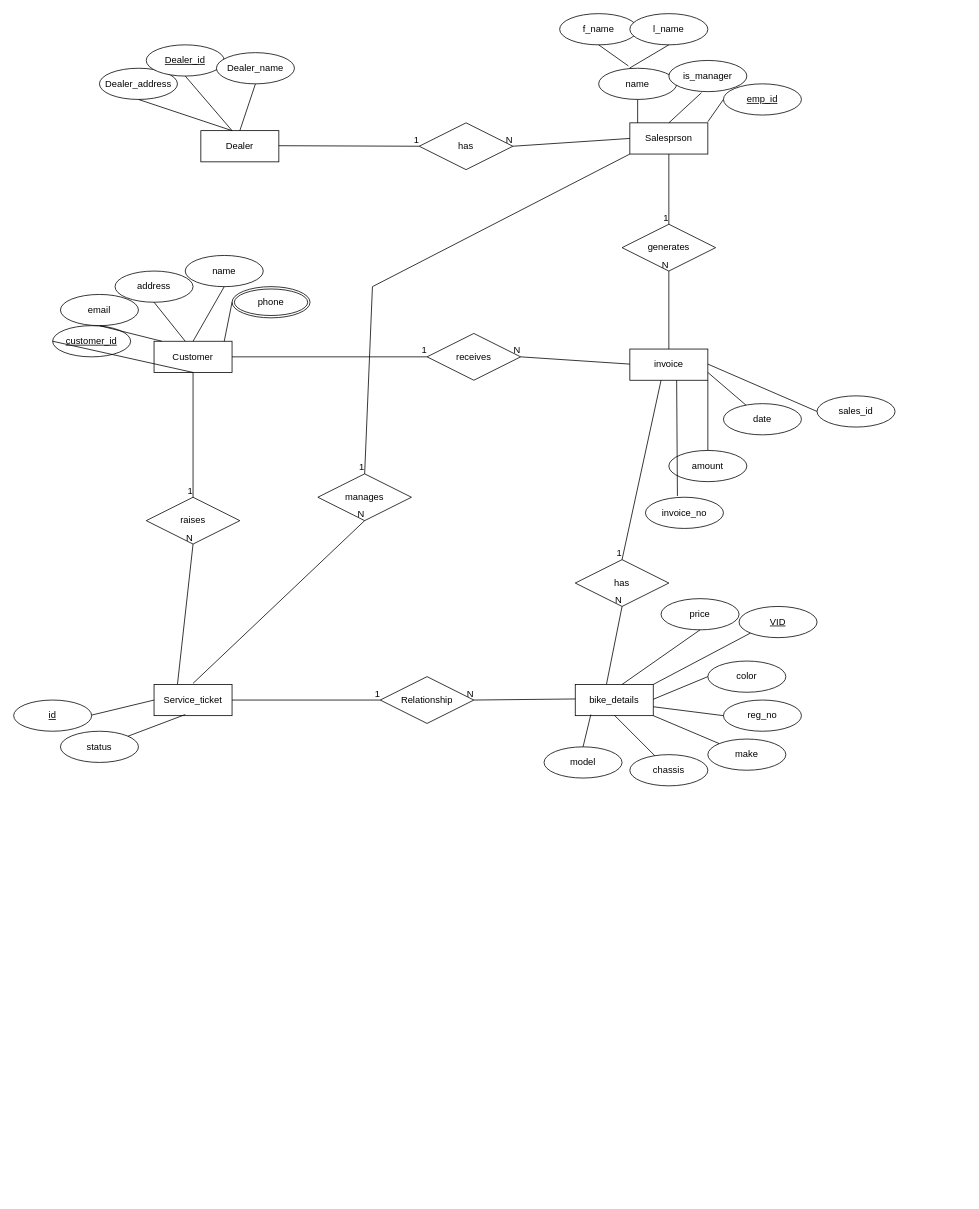
manodyna/sketch_apr18a keeps this draw.io diagram as page "Page-1" (1 of 2) of Untitled Diagram.drawio. Above is the earlier version. Source tidied: cells renumbered, new cells numbered last; positions are measured from the earlier drawing's top-left corner, leaving out a move shared by most shapes. Both pictures are drawn from the tidied source at 78%, with x=0, y=0 at pixel (13, 13).
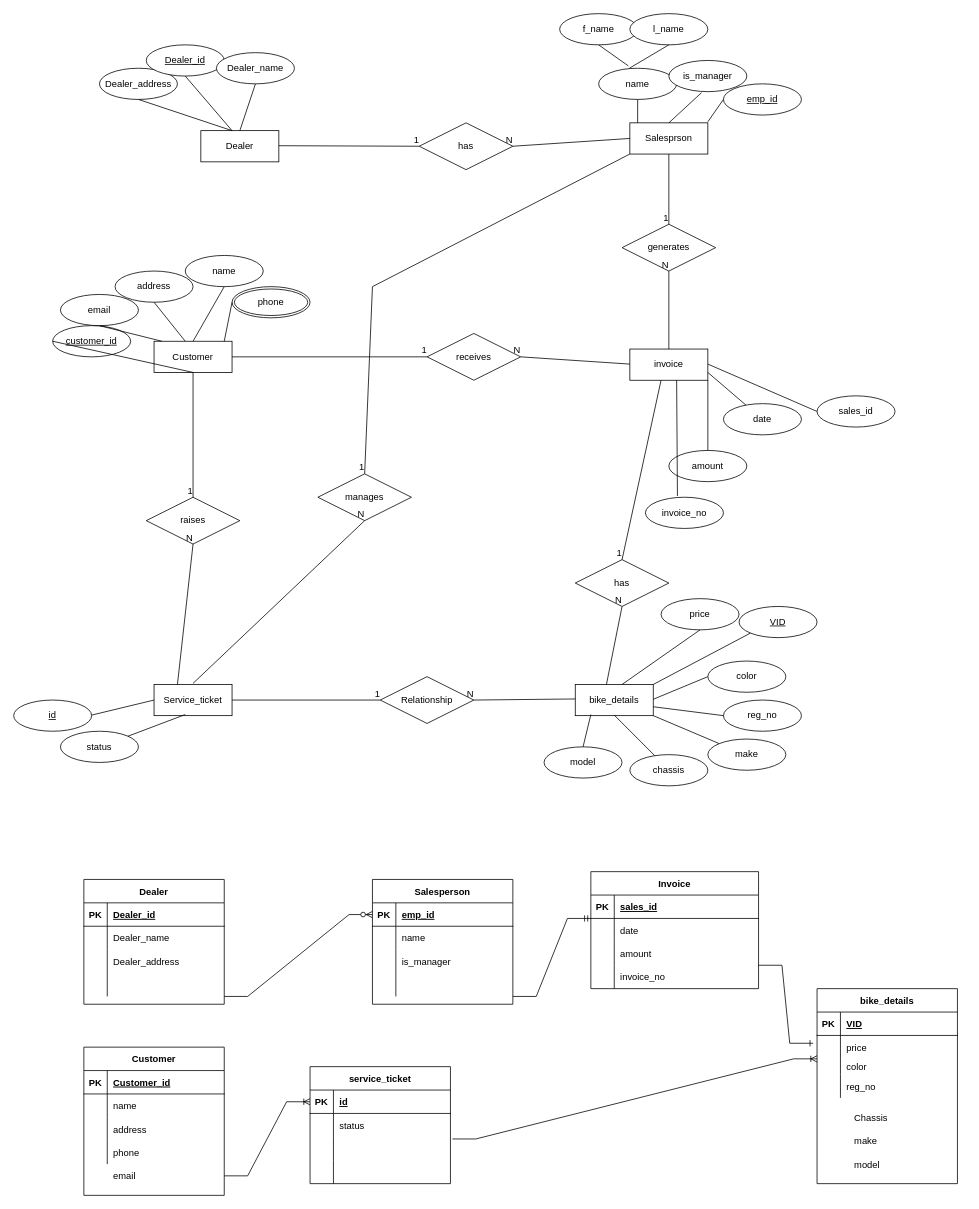
The same diagram, later.

The edit, as a diff of the source:
```diff
@@
+    <mxCell id="95" value="Dealer" style="shape=table;startSize=30;childLayout=tableLayout;rowLines=0;fontStyle=1;align=center;" parent="1" vertex="1">
+      <mxGeometry x="90" y="1110" width="180" height="160" as="geometry" />
+    </mxCell>
+    <mxCell id="96" style="shape=tableRow;horizontal=0;startSize=0;swimlaneHead=0;swimlaneBody=0;fillColor=none;top=0;left=0;right=0;bottom=1;" parent="95" vertex="1">
+      <mxGeometry y="30" width="180" height="30" as="geometry" />
+    </mxCell>
+    <mxCell id="97" value="PK" style="shape=partialRectangle;fillColor=none;top=0;left=0;bottom=0;right=0;fontStyle=1;overflow=hidden;" parent="96" vertex="1">
+      <mxGeometry width="30" height="30" as="geometry" />
+    </mxCell>
+    <mxCell id="98" value="Dealer_id" style="shape=partialRectangle;fillColor=none;top=0;left=0;bottom=0;right=0;align=left;spacingLeft=6;fontStyle=5;overflow=hidden;" parent="96" vertex="1">
+      <mxGeometry x="30" width="150" height="30" as="geometry" />
+    </mxCell>
+    <mxCell id="99" style="shape=tableRow;horizontal=0;startSize=0;swimlaneHead=0;swimlaneBody=0;fillColor=none;top=0;left=0;right=0;bottom=0;" parent="95" vertex="1">
+      <mxGeometry y="60" width="180" height="30" as="geometry" />
+    </mxCell>
+    <mxCell id="100" style="shape=partialRectangle;fillColor=none;top=0;left=0;bottom=0;right=0;overflow=hidden;" parent="99" vertex="1">
+      <mxGeometry width="30" height="30" as="geometry" />
+    </mxCell>
+    <mxCell id="101" value="Dealer_name" style="shape=partialRectangle;fillColor=none;top=0;left=0;bottom=0;right=0;align=left;spacingLeft=6;overflow=hidden;" parent="99" vertex="1">
+      <mxGeometry x="30" width="150" height="30" as="geometry" />
+    </mxCell>
+    <mxCell id="102" style="shape=tableRow;horizontal=0;startSize=0;swimlaneHead=0;swimlaneBody=0;fillColor=none;top=0;left=0;right=0;bottom=0;" parent="95" vertex="1">
+      <mxGeometry y="90" width="180" height="30" as="geometry" />
+    </mxCell>
+    <mxCell id="103" style="shape=partialRectangle;fillColor=none;top=0;left=0;bottom=0;right=0;overflow=hidden;" parent="102" vertex="1">
+      <mxGeometry width="30" height="30" as="geometry" />
+    </mxCell>
+    <mxCell id="104" value="Dealer_address" style="shape=partialRectangle;fillColor=none;top=0;left=0;bottom=0;right=0;align=left;spacingLeft=6;overflow=hidden;" parent="102" vertex="1">
+      <mxGeometry x="30" width="150" height="30" as="geometry" />
+    </mxCell>
+    <mxCell id="105" style="shape=tableRow;horizontal=0;startSize=0;swimlaneHead=0;swimlaneBody=0;fillColor=none;top=0;left=0;right=0;bottom=0;" parent="95" vertex="1">
+      <mxGeometry y="120" width="180" height="30" as="geometry" />
+    </mxCell>
+    <mxCell id="106" style="shape=partialRectangle;fillColor=none;top=0;left=0;bottom=0;right=0;overflow=hidden;" parent="105" vertex="1">
+      <mxGeometry width="30" height="30" as="geometry" />
+    </mxCell>
+    <mxCell id="107" style="shape=partialRectangle;fillColor=none;top=0;left=0;bottom=0;right=0;align=left;spacingLeft=6;overflow=hidden;" parent="105" vertex="1">
+      <mxGeometry x="30" width="150" height="30" as="geometry" />
+    </mxCell>
+    <mxCell id="108" value="Salesperson" style="shape=table;startSize=30;childLayout=tableLayout;rowLines=0;fontStyle=1;align=center;" parent="1" vertex="1">
+      <mxGeometry x="460" y="1110" width="180" height="160" as="geometry" />
+    </mxCell>
+    <mxCell id="109" style="shape=tableRow;horizontal=0;startSize=0;swimlaneHead=0;swimlaneBody=0;fillColor=none;points=[[0,0.5],[1,0.5]];portConstraint=eastwest;top=0;left=0;right=0;bottom=1;" parent="108" vertex="1">
+      <mxGeometry y="30" width="180" height="30" as="geometry" />
+    </mxCell>
+    <mxCell id="110" value="PK" style="shape=partialRectangle;fillColor=none;top=0;left=0;bottom=0;right=0;fontStyle=1;overflow=hidden;" parent="109" vertex="1">
+      <mxGeometry width="30" height="30" as="geometry" />
+    </mxCell>
+    <mxCell id="111" value="emp_id" style="shape=partialRectangle;fillColor=none;top=0;left=0;bottom=0;right=0;align=left;spacingLeft=6;fontStyle=5;overflow=hidden;" parent="109" vertex="1">
+      <mxGeometry x="30" width="150" height="30" as="geometry" />
+    </mxCell>
+    <mxCell id="112" style="shape=tableRow;horizontal=0;startSize=0;swimlaneHead=0;swimlaneBody=0;fillColor=none;top=0;left=0;right=0;bottom=0;" parent="108" vertex="1">
+      <mxGeometry y="60" width="180" height="30" as="geometry" />
+    </mxCell>
+    <mxCell id="113" style="shape=partialRectangle;fillColor=none;top=0;left=0;bottom=0;right=0;overflow=hidden;" parent="112" vertex="1">
+      <mxGeometry width="30" height="30" as="geometry" />
+    </mxCell>
+    <mxCell id="114" value="name" style="shape=partialRectangle;fillColor=none;top=0;left=0;bottom=0;right=0;align=left;spacingLeft=6;overflow=hidden;" parent="112" vertex="1">
+      <mxGeometry x="30" width="150" height="30" as="geometry" />
+    </mxCell>
+    <mxCell id="115" style="shape=tableRow;horizontal=0;startSize=0;swimlaneHead=0;swimlaneBody=0;fillColor=none;top=0;left=0;right=0;bottom=0;" parent="108" vertex="1">
+      <mxGeometry y="90" width="180" height="30" as="geometry" />
+    </mxCell>
+    <mxCell id="116" style="shape=partialRectangle;fillColor=none;top=0;left=0;bottom=0;right=0;overflow=hidden;" parent="115" vertex="1">
+      <mxGeometry width="30" height="30" as="geometry" />
+    </mxCell>
+    <mxCell id="117" value="is_manager" style="shape=partialRectangle;fillColor=none;top=0;left=0;bottom=0;right=0;align=left;spacingLeft=6;overflow=hidden;" parent="115" vertex="1">
+      <mxGeometry x="30" width="150" height="30" as="geometry" />
+    </mxCell>
+    <mxCell id="118" style="shape=tableRow;horizontal=0;startSize=0;swimlaneHead=0;swimlaneBody=0;fillColor=none;top=0;left=0;right=0;bottom=0;" parent="108" vertex="1">
+      <mxGeometry y="120" width="180" height="30" as="geometry" />
+    </mxCell>
+    <mxCell id="119" style="shape=partialRectangle;fillColor=none;top=0;left=0;bottom=0;right=0;overflow=hidden;" parent="118" vertex="1">
+      <mxGeometry width="30" height="30" as="geometry" />
+    </mxCell>
+    <mxCell id="120" style="shape=partialRectangle;fillColor=none;top=0;left=0;bottom=0;right=0;align=left;spacingLeft=6;overflow=hidden;" parent="118" vertex="1">
+      <mxGeometry x="30" width="150" height="30" as="geometry" />
+    </mxCell>
+    <mxCell id="121" value="Customer" style="shape=table;startSize=30;childLayout=tableLayout;rowLines=0;fontStyle=1;align=center;" parent="1" vertex="1">
+      <mxGeometry x="90" y="1325" width="180" height="190" as="geometry" />
+    </mxCell>
+    <mxCell id="122" style="shape=tableRow;horizontal=0;startSize=0;swimlaneHead=0;swimlaneBody=0;fillColor=none;top=0;left=0;right=0;bottom=1;" parent="121" vertex="1">
+      <mxGeometry y="30" width="180" height="30" as="geometry" />
+    </mxCell>
+    <mxCell id="123" value="PK" style="shape=partialRectangle;fillColor=none;top=0;left=0;bottom=0;right=0;fontStyle=1;overflow=hidden;" parent="122" vertex="1">
+      <mxGeometry width="30" height="30" as="geometry" />
+    </mxCell>
+    <mxCell id="124" value="Customer_id" style="shape=partialRectangle;fillColor=none;top=0;left=0;bottom=0;right=0;align=left;spacingLeft=6;fontStyle=5;overflow=hidden;" parent="122" vertex="1">
+      <mxGeometry x="30" width="150" height="30" as="geometry" />
+    </mxCell>
+    <mxCell id="125" style="shape=tableRow;horizontal=0;startSize=0;swimlaneHead=0;swimlaneBody=0;fillColor=none;top=0;left=0;right=0;bottom=0;" parent="121" vertex="1">
+      <mxGeometry y="60" width="180" height="30" as="geometry" />
+    </mxCell>
+    <mxCell id="126" style="shape=partialRectangle;fillColor=none;top=0;left=0;bottom=0;right=0;overflow=hidden;" parent="125" vertex="1">
+      <mxGeometry width="30" height="30" as="geometry" />
+    </mxCell>
+    <mxCell id="127" value="name" style="shape=partialRectangle;fillColor=none;top=0;left=0;bottom=0;right=0;align=left;spacingLeft=6;overflow=hidden;" parent="125" vertex="1">
+      <mxGeometry x="30" width="150" height="30" as="geometry" />
+    </mxCell>
+    <mxCell id="128" style="shape=tableRow;horizontal=0;startSize=0;swimlaneHead=0;swimlaneBody=0;fillColor=none;top=0;left=0;right=0;bottom=0;" parent="121" vertex="1">
+      <mxGeometry y="90" width="180" height="30" as="geometry" />
+    </mxCell>
+    <mxCell id="129" style="shape=partialRectangle;fillColor=none;top=0;left=0;bottom=0;right=0;overflow=hidden;" parent="128" vertex="1">
+      <mxGeometry width="30" height="30" as="geometry" />
+    </mxCell>
+    <mxCell id="130" value="address" style="shape=partialRectangle;fillColor=none;top=0;left=0;bottom=0;right=0;align=left;spacingLeft=6;overflow=hidden;" parent="128" vertex="1">
+      <mxGeometry x="30" width="150" height="30" as="geometry" />
+    </mxCell>
+    <mxCell id="131" style="shape=tableRow;horizontal=0;startSize=0;swimlaneHead=0;swimlaneBody=0;fillColor=none;top=0;left=0;right=0;bottom=0;" parent="121" vertex="1">
+      <mxGeometry y="120" width="180" height="30" as="geometry" />
+    </mxCell>
+    <mxCell id="132" style="shape=partialRectangle;fillColor=none;top=0;left=0;bottom=0;right=0;overflow=hidden;" parent="131" vertex="1">
+      <mxGeometry width="30" height="30" as="geometry" />
+    </mxCell>
+    <mxCell id="133" value="phone" style="shape=partialRectangle;fillColor=none;top=0;left=0;bottom=0;right=0;align=left;spacingLeft=6;overflow=hidden;" parent="131" vertex="1">
+      <mxGeometry x="30" width="150" height="30" as="geometry" />
+    </mxCell>
+    <mxCell id="134" value="Invoice" style="shape=table;startSize=30;childLayout=tableLayout;rowLines=0;fontStyle=1;align=center;" parent="1" vertex="1">
+      <mxGeometry x="740" y="1100" width="215" height="150" as="geometry" />
+    </mxCell>
+    <mxCell id="135" style="shape=tableRow;horizontal=0;startSize=0;swimlaneHead=0;swimlaneBody=0;fillColor=none;top=0;left=0;right=0;bottom=1;" parent="134" vertex="1">
+      <mxGeometry y="30" width="215" height="30" as="geometry" />
+    </mxCell>
+    <mxCell id="136" value="PK" style="shape=partialRectangle;fillColor=none;top=0;left=0;bottom=0;right=0;fontStyle=1;overflow=hidden;" parent="135" vertex="1">
+      <mxGeometry width="30" height="30" as="geometry" />
+    </mxCell>
+    <mxCell id="137" value="sales_id" style="shape=partialRectangle;fillColor=none;top=0;left=0;bottom=0;right=0;align=left;spacingLeft=6;fontStyle=5;overflow=hidden;" parent="135" vertex="1">
+      <mxGeometry x="30" width="185" height="30" as="geometry" />
+    </mxCell>
+    <mxCell id="138" style="shape=tableRow;horizontal=0;startSize=0;swimlaneHead=0;swimlaneBody=0;fillColor=none;top=0;left=0;right=0;bottom=0;" parent="134" vertex="1">
+      <mxGeometry y="60" width="215" height="30" as="geometry" />
+    </mxCell>
+    <mxCell id="139" style="shape=partialRectangle;fillColor=none;top=0;left=0;bottom=0;right=0;overflow=hidden;" parent="138" vertex="1">
+      <mxGeometry width="30" height="30" as="geometry" />
+    </mxCell>
+    <mxCell id="140" value="date" style="shape=partialRectangle;fillColor=none;top=0;left=0;bottom=0;right=0;align=left;spacingLeft=6;overflow=hidden;" parent="138" vertex="1">
+      <mxGeometry x="30" width="185" height="30" as="geometry" />
+    </mxCell>
+    <mxCell id="141" style="shape=tableRow;horizontal=0;startSize=0;swimlaneHead=0;swimlaneBody=0;fillColor=none;top=0;left=0;right=0;bottom=0;" parent="134" vertex="1">
+      <mxGeometry y="90" width="215" height="30" as="geometry" />
+    </mxCell>
+    <mxCell id="142" style="shape=partialRectangle;fillColor=none;top=0;left=0;bottom=0;right=0;overflow=hidden;" parent="141" vertex="1">
+      <mxGeometry width="30" height="30" as="geometry" />
+    </mxCell>
+    <mxCell id="143" value="amount" style="shape=partialRectangle;fillColor=none;top=0;left=0;bottom=0;right=0;align=left;spacingLeft=6;overflow=hidden;" parent="141" vertex="1">
+      <mxGeometry x="30" width="185" height="30" as="geometry" />
+    </mxCell>
+    <mxCell id="144" style="shape=tableRow;horizontal=0;startSize=0;swimlaneHead=0;swimlaneBody=0;fillColor=none;top=0;left=0;right=0;bottom=0;" parent="134" vertex="1">
+      <mxGeometry y="120" width="215" height="30" as="geometry" />
+    </mxCell>
+    <mxCell id="145" style="shape=partialRectangle;fillColor=none;top=0;left=0;bottom=0;right=0;overflow=hidden;" parent="144" vertex="1">
+      <mxGeometry width="30" height="30" as="geometry" />
+    </mxCell>
+    <mxCell id="146" value="invoice_no" style="shape=partialRectangle;fillColor=none;top=0;left=0;bottom=0;right=0;align=left;spacingLeft=6;overflow=hidden;" parent="144" vertex="1">
+      <mxGeometry x="30" width="185" height="30" as="geometry" />
+    </mxCell>
+    <mxCell id="147" value="email" style="shape=partialRectangle;fillColor=none;top=0;left=0;bottom=0;right=0;align=left;spacingLeft=6;overflow=hidden;" parent="1" vertex="1">
+      <mxGeometry x="120" y="1475" width="150" height="30" as="geometry" />
+    </mxCell>
+    <mxCell id="148" value="bike_details" style="shape=table;startSize=30;childLayout=tableLayout;rowLines=0;fontStyle=1;align=center;" parent="1" vertex="1">
+      <mxGeometry x="1030" y="1250" width="180" height="250" as="geometry" />
+    </mxCell>
+    <mxCell id="149" style="shape=tableRow;horizontal=0;startSize=0;swimlaneHead=0;swimlaneBody=0;fillColor=none;top=0;left=0;right=0;bottom=1;" parent="148" vertex="1">
+      <mxGeometry y="30" width="180" height="30" as="geometry" />
+    </mxCell>
+    <mxCell id="150" value="PK" style="shape=partialRectangle;fillColor=none;top=0;left=0;bottom=0;right=0;fontStyle=1;overflow=hidden;" parent="149" vertex="1">
+      <mxGeometry width="30" height="30" as="geometry" />
+    </mxCell>
+    <mxCell id="151" value="VID" style="shape=partialRectangle;fillColor=none;top=0;left=0;bottom=0;right=0;align=left;spacingLeft=6;fontStyle=5;overflow=hidden;" parent="149" vertex="1">
+      <mxGeometry x="30" width="150" height="30" as="geometry" />
+    </mxCell>
+    <mxCell id="152" style="shape=tableRow;horizontal=0;startSize=0;swimlaneHead=0;swimlaneBody=0;fillColor=none;top=0;left=0;right=0;bottom=0;" parent="148" vertex="1">
+      <mxGeometry y="60" width="180" height="30" as="geometry" />
+    </mxCell>
+    <mxCell id="153" style="shape=partialRectangle;fillColor=none;top=0;left=0;bottom=0;right=0;overflow=hidden;" parent="152" vertex="1">
+      <mxGeometry width="30" height="30" as="geometry" />
+    </mxCell>
+    <mxCell id="154" value="price" style="shape=partialRectangle;fillColor=none;top=0;left=0;bottom=0;right=0;align=left;spacingLeft=6;overflow=hidden;" parent="152" vertex="1">
+      <mxGeometry x="30" width="150" height="30" as="geometry" />
+    </mxCell>
+    <mxCell id="155" style="shape=tableRow;horizontal=0;startSize=0;swimlaneHead=0;swimlaneBody=0;fillColor=none;points=[[0,0.5],[1,0.5]];portConstraint=eastwest;top=0;left=0;right=0;bottom=0;" parent="148" vertex="1">
+      <mxGeometry y="90" width="180" height="20" as="geometry" />
+    </mxCell>
+    <mxCell id="156" style="shape=partialRectangle;fillColor=none;top=0;left=0;bottom=0;right=0;overflow=hidden;" parent="155" vertex="1">
+      <mxGeometry width="30" height="20" as="geometry" />
+    </mxCell>
+    <mxCell id="157" value="color" style="shape=partialRectangle;fillColor=none;top=0;left=0;bottom=0;right=0;align=left;spacingLeft=6;overflow=hidden;" parent="155" vertex="1">
+      <mxGeometry x="30" width="150" height="20" as="geometry" />
+    </mxCell>
+    <mxCell id="158" style="shape=tableRow;horizontal=0;startSize=0;swimlaneHead=0;swimlaneBody=0;fillColor=none;top=0;left=0;right=0;bottom=0;" parent="148" vertex="1">
+      <mxGeometry y="110" width="180" height="30" as="geometry" />
+    </mxCell>
+    <mxCell id="159" style="shape=partialRectangle;fillColor=none;top=0;left=0;bottom=0;right=0;overflow=hidden;" parent="158" vertex="1">
+      <mxGeometry width="30" height="30" as="geometry" />
+    </mxCell>
+    <mxCell id="160" value="reg_no" style="shape=partialRectangle;fillColor=none;top=0;left=0;bottom=0;right=0;align=left;spacingLeft=6;overflow=hidden;" parent="158" vertex="1">
+      <mxGeometry x="30" width="150" height="30" as="geometry" />
+    </mxCell>
+    <mxCell id="161" value="Chassis" style="shape=partialRectangle;fillColor=none;top=0;left=0;bottom=0;right=0;align=left;spacingLeft=6;overflow=hidden;" parent="1" vertex="1">
+      <mxGeometry x="1070" y="1400" width="150" height="30" as="geometry" />
+    </mxCell>
+    <mxCell id="162" value="make" style="shape=partialRectangle;fillColor=none;top=0;left=0;bottom=0;right=0;align=left;spacingLeft=6;overflow=hidden;" parent="1" vertex="1">
+      <mxGeometry x="1070" y="1430" width="150" height="30" as="geometry" />
+    </mxCell>
+    <mxCell id="163" value="model" style="shape=partialRectangle;fillColor=none;top=0;left=0;bottom=0;right=0;align=left;spacingLeft=6;overflow=hidden;" parent="1" vertex="1">
+      <mxGeometry x="1070" y="1460" width="150" height="30" as="geometry" />
+    </mxCell>
+    <mxCell id="164" value="service_ticket" style="shape=table;startSize=30;childLayout=tableLayout;rowLines=0;fontStyle=1;align=center;" parent="1" vertex="1">
+      <mxGeometry x="380" y="1350" width="180" height="150" as="geometry" />
+    </mxCell>
+    <mxCell id="165" style="shape=tableRow;horizontal=0;startSize=0;swimlaneHead=0;swimlaneBody=0;fillColor=none;points=[[0,0.5],[1,0.5]];portConstraint=eastwest;top=0;left=0;right=0;bottom=1;" parent="164" vertex="1">
+      <mxGeometry y="30" width="180" height="30" as="geometry" />
+    </mxCell>
+    <mxCell id="166" value="PK" style="shape=partialRectangle;fillColor=none;top=0;left=0;bottom=0;right=0;fontStyle=1;overflow=hidden;" parent="165" vertex="1">
+      <mxGeometry width="30" height="30" as="geometry" />
+    </mxCell>
+    <mxCell id="167" value="id" style="shape=partialRectangle;fillColor=none;top=0;left=0;bottom=0;right=0;align=left;spacingLeft=6;fontStyle=5;overflow=hidden;" parent="165" vertex="1">
+      <mxGeometry x="30" width="150" height="30" as="geometry" />
+    </mxCell>
+    <mxCell id="168" style="shape=tableRow;horizontal=0;startSize=0;swimlaneHead=0;swimlaneBody=0;fillColor=none;top=0;left=0;right=0;bottom=0;" parent="164" vertex="1">
+      <mxGeometry y="60" width="180" height="30" as="geometry" />
+    </mxCell>
+    <mxCell id="169" style="shape=partialRectangle;fillColor=none;top=0;left=0;bottom=0;right=0;overflow=hidden;" parent="168" vertex="1">
+      <mxGeometry width="30" height="30" as="geometry" />
+    </mxCell>
+    <mxCell id="170" value="status" style="shape=partialRectangle;fillColor=none;top=0;left=0;bottom=0;right=0;align=left;spacingLeft=6;overflow=hidden;" parent="168" vertex="1">
+      <mxGeometry x="30" width="150" height="30" as="geometry" />
+    </mxCell>
+    <mxCell id="171" style="shape=tableRow;horizontal=0;startSize=0;swimlaneHead=0;swimlaneBody=0;fillColor=none;points=[[0,0.5],[1,0.5]];portConstraint=eastwest;top=0;left=0;right=0;bottom=0;" parent="164" vertex="1">
+      <mxGeometry y="90" width="180" height="30" as="geometry" />
+    </mxCell>
+    <mxCell id="172" style="shape=partialRectangle;fillColor=none;top=0;left=0;bottom=0;right=0;overflow=hidden;" parent="171" vertex="1">
+      <mxGeometry width="30" height="30" as="geometry" />
+    </mxCell>
+    <mxCell id="173" style="shape=partialRectangle;fillColor=none;top=0;left=0;bottom=0;right=0;align=left;spacingLeft=6;overflow=hidden;" parent="171" vertex="1">
+      <mxGeometry x="30" width="150" height="30" as="geometry" />
+    </mxCell>
+    <mxCell id="174" style="shape=tableRow;horizontal=0;startSize=0;swimlaneHead=0;swimlaneBody=0;fillColor=none;top=0;left=0;right=0;bottom=0;" parent="164" vertex="1">
+      <mxGeometry y="120" width="180" height="30" as="geometry" />
+    </mxCell>
+    <mxCell id="175" style="shape=partialRectangle;fillColor=none;top=0;left=0;bottom=0;right=0;overflow=hidden;" parent="174" vertex="1">
+      <mxGeometry width="30" height="30" as="geometry" />
+    </mxCell>
+    <mxCell id="176" style="shape=partialRectangle;fillColor=none;top=0;left=0;bottom=0;right=0;align=left;spacingLeft=6;overflow=hidden;" parent="174" vertex="1">
+      <mxGeometry x="30" width="150" height="30" as="geometry" />
+    </mxCell>
+    <mxCell id="177" style="edgeStyle=entityRelationEdgeStyle;fontSize=12;html=1;endArrow=ERzeroToMany;endFill=1;rounded=0;" parent="1" edge="1" target="109">
+      <mxGeometry relative="1" as="geometry">
+        <mxPoint x="270" y="1260" as="sourcePoint" />
+      </mxGeometry>
+    </mxCell>
+    <mxCell id="178" style="edgeStyle=entityRelationEdgeStyle;fontSize=12;html=1;endArrow=ERmandOne;rounded=0;" parent="1" edge="1">
+      <mxGeometry relative="1" as="geometry">
+        <mxPoint x="640" y="1260" as="sourcePoint" />
+        <mxPoint x="740" y="1160" as="targetPoint" />
+      </mxGeometry>
+    </mxCell>
+    <mxCell id="179" style="edgeStyle=entityRelationEdgeStyle;fontSize=12;html=1;endArrow=ERone;endFill=1;rounded=0;" parent="1" edge="1">
+      <mxGeometry relative="1" as="geometry">
+        <mxPoint x="955" y="1220" as="sourcePoint" />
+        <mxPoint x="1025" y="1320" as="targetPoint" />
+      </mxGeometry>
+    </mxCell>
+    <mxCell id="180" style="edgeStyle=entityRelationEdgeStyle;fontSize=12;html=1;endArrow=ERoneToMany;rounded=0;entryX=0;entryY=0.5;entryDx=0;entryDy=0;" parent="1" edge="1" target="165">
+      <mxGeometry relative="1" as="geometry">
+        <mxPoint x="270" y="1490" as="sourcePoint" />
+      </mxGeometry>
+    </mxCell>
+    <mxCell id="181" style="edgeStyle=entityRelationEdgeStyle;fontSize=12;html=1;endArrow=ERoneToMany;rounded=0;entryX=0;entryY=0;entryDx=0;entryDy=0;entryPerimeter=0;exitX=1.014;exitY=0.09;exitDx=0;exitDy=0;exitPerimeter=0;" parent="1" edge="1" source="171" target="155">
+      <mxGeometry relative="1" as="geometry" />
+    </mxCell>
```
